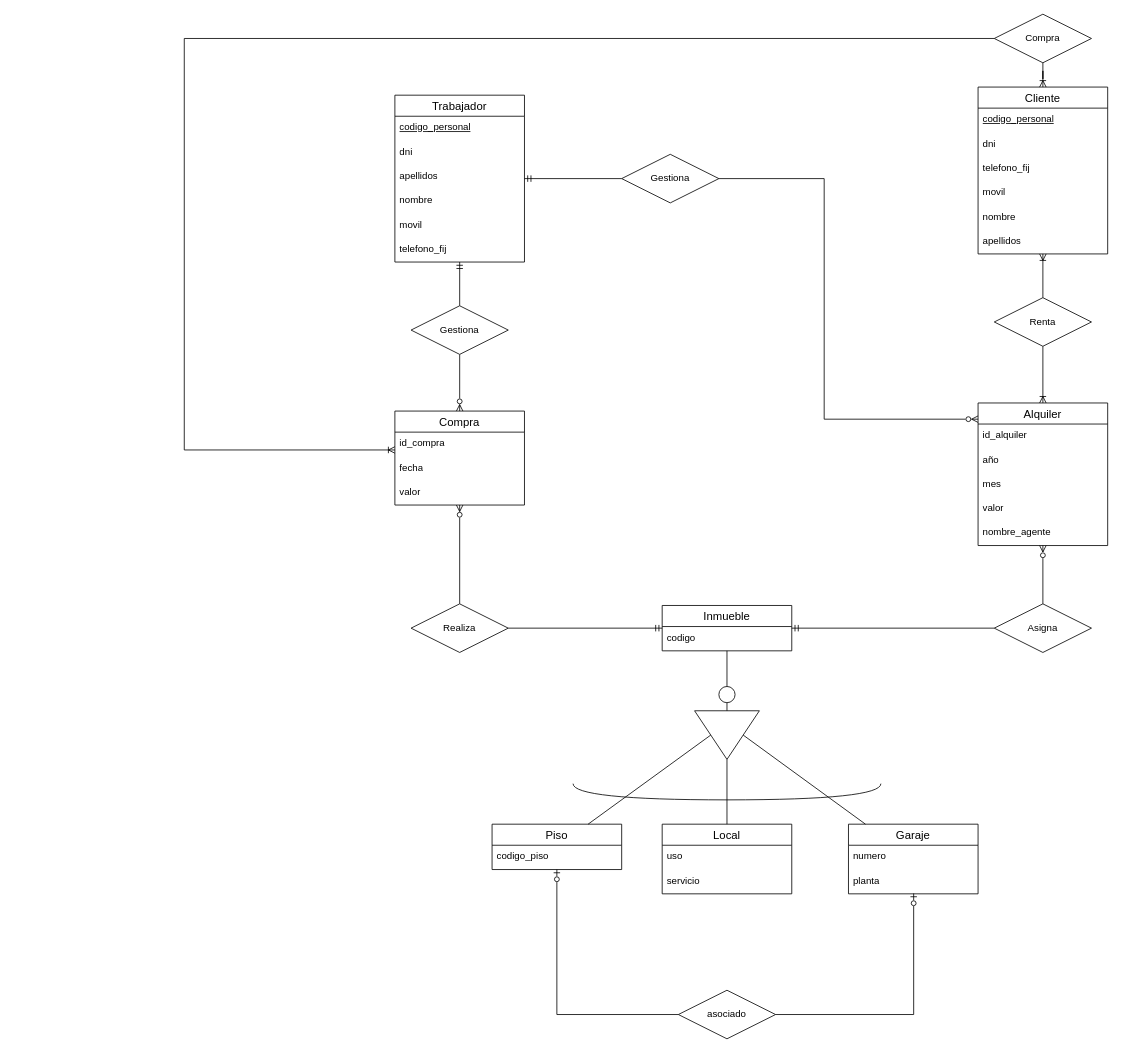
Earlier version of the draw.io diagram TA12Ej18.drawio (AlejandroCara/acr-tsys-modeloER-drawio-1110). Source tidied: cells renumbered, new cells numbered last; positions are measured from the earlier drawing's top-left corner, leaving out a move shared by most shapes. Both pictures are drawn from the tidied source at 81%, with x=0, y=0 at pixel (184, 14).
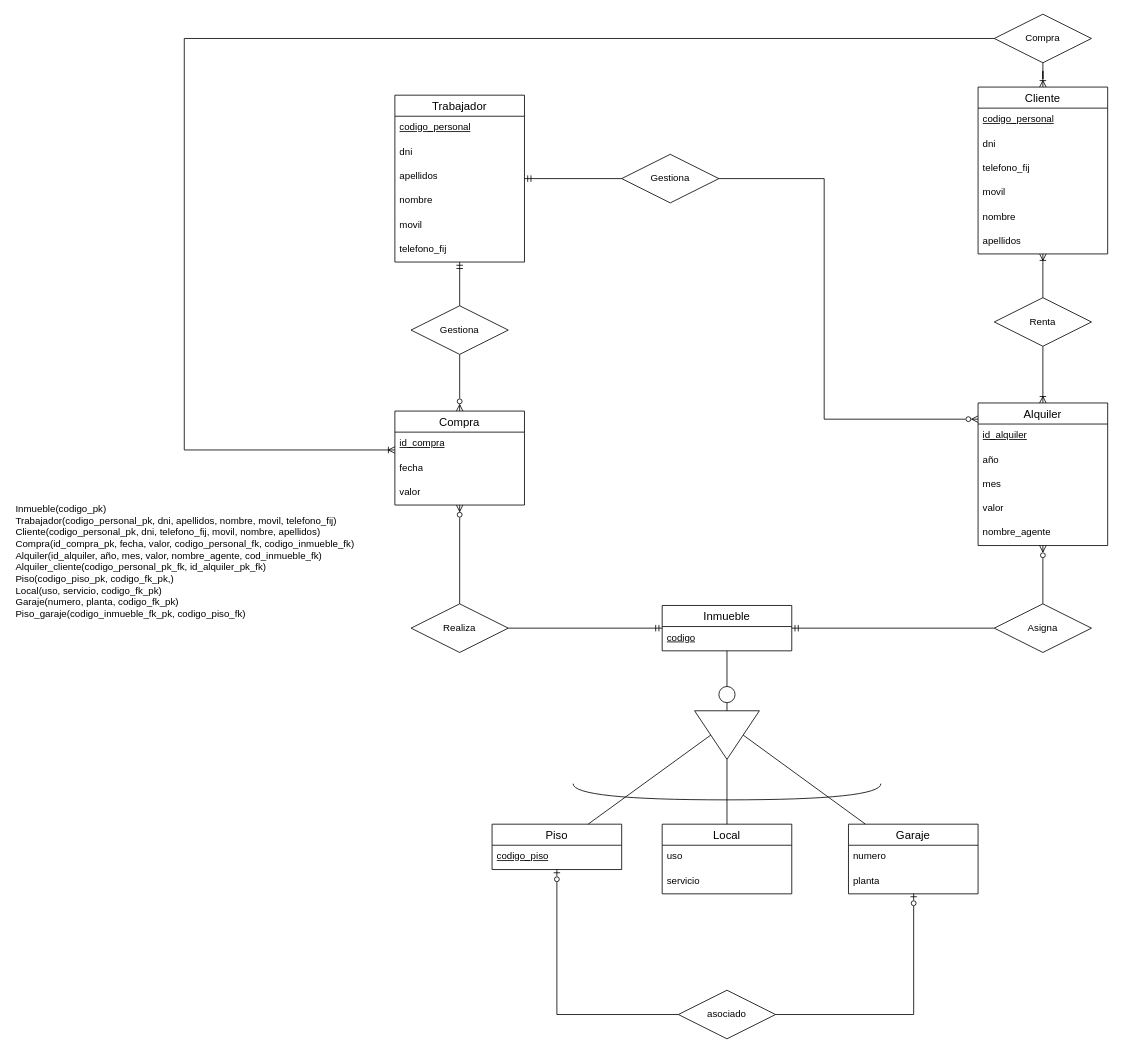
Above is the later version.

Commit message:
modelo relacional TA12Ej18.drawio

The change refers to these unchanged cells:
```xml
<mxCell id="2" value="Inmueble" style="swimlane;fontStyle=0;horizontal=1;startSize=26;align=center;fontSize=14;" parent="1" vertex="1">
  <mxGeometry x="590" y="730" width="160" height="56" as="geometry" />
</mxCell>
<mxCell id="18" value="Piso" style="swimlane;fontStyle=0;horizontal=1;startSize=26;align=center;fontSize=14;" parent="1" vertex="1">
  <mxGeometry x="380" y="1000" width="160" height="56" as="geometry" />
</mxCell>
<mxCell id="34" value="Alquiler" style="swimlane;fontStyle=0;horizontal=1;startSize=26;align=center;fontSize=14;" parent="1" vertex="1">
  <mxGeometry x="980" y="480" width="160" height="176" as="geometry" />
</mxCell>
<mxCell id="46" value="Compra" style="swimlane;fontStyle=0;horizontal=1;startSize=26;align=center;fontSize=14;" parent="1" vertex="1">
  <mxGeometry x="260" y="490" width="160" height="116" as="geometry" />
</mxCell>
```

Diff of the diagram source:
```diff
@@
-    <mxCell id="3" value="codigo" style="text;strokeColor=none;fillColor=none;spacingLeft=4;spacingRight=4;overflow=hidden;fontSize=12;whiteSpace=wrap;html=1;" parent="2" vertex="1">
+    <mxCell id="3" value="&lt;u&gt;codigo&lt;/u&gt;" style="text;strokeColor=none;fillColor=none;spacingLeft=4;spacingRight=4;overflow=hidden;fontSize=12;whiteSpace=wrap;html=1;" parent="2" vertex="1">
       <mxGeometry y="26" width="160" height="30" as="geometry" />
     </mxCell>
@@
-    <mxCell id="19" value="codigo_piso" style="text;strokeColor=none;fillColor=none;spacingLeft=4;spacingRight=4;overflow=hidden;fontSize=12;whiteSpace=wrap;html=1;" parent="18" vertex="1">
+    <mxCell id="19" value="&lt;u&gt;codigo_piso&lt;/u&gt;" style="text;strokeColor=none;fillColor=none;spacingLeft=4;spacingRight=4;overflow=hidden;fontSize=12;whiteSpace=wrap;html=1;" parent="18" vertex="1">
       <mxGeometry y="26" width="160" height="30" as="geometry" />
     </mxCell>
@@
-    <mxCell id="35" value="id_alquiler" style="text;strokeColor=none;fillColor=none;spacingLeft=4;spacingRight=4;overflow=hidden;fontSize=12;whiteSpace=wrap;html=1;" parent="34" vertex="1">
+    <mxCell id="35" value="&lt;u&gt;id_alquiler&lt;/u&gt;" style="text;strokeColor=none;fillColor=none;spacingLeft=4;spacingRight=4;overflow=hidden;fontSize=12;whiteSpace=wrap;html=1;" parent="34" vertex="1">
       <mxGeometry y="26" width="160" height="30" as="geometry" />
     </mxCell>
@@
-    <mxCell id="47" value="id_compra" style="text;strokeColor=none;fillColor=none;spacingLeft=4;spacingRight=4;overflow=hidden;fontSize=12;whiteSpace=wrap;html=1;" parent="46" vertex="1">
+    <mxCell id="47" value="&lt;u&gt;id_compra&lt;/u&gt;" style="text;strokeColor=none;fillColor=none;spacingLeft=4;spacingRight=4;overflow=hidden;fontSize=12;whiteSpace=wrap;html=1;" parent="46" vertex="1">
       <mxGeometry y="26" width="160" height="30" as="geometry" />
     </mxCell>
@@
+    <mxCell id="65" value="&lt;div align=&quot;left&quot;&gt;&lt;div align=&quot;left&quot;&gt;Inmueble(codigo_pk)&lt;/div&gt;&lt;/div&gt;&lt;div align=&quot;left&quot;&gt;Trabajador(codigo_personal_pk, dni, apellidos, nombre, movil, telefono_fij)&lt;/div&gt;&lt;div align=&quot;left&quot;&gt;Cliente(codigo_personal_pk, dni, telefono_fij, movil, nombre, apellidos)&lt;/div&gt;&lt;div align=&quot;left&quot;&gt;Compra(id_compra_pk, fecha, valor, codigo_personal_fk, codigo_inmueble_fk)&lt;/div&gt;&lt;div align=&quot;left&quot;&gt;Alquiler(id_alquiler, año, mes, valor, nombre_agente, cod_inmueble_fk)&lt;/div&gt;&lt;div align=&quot;left&quot;&gt;Alquiler_cliente(codigo_personal_pk_fk, id_alquiler_pk_fk)&lt;/div&gt;&lt;div align=&quot;left&quot;&gt;Piso(codigo_piso_pk, codigo_fk_pk,)&lt;/div&gt;&lt;div align=&quot;left&quot;&gt;Local(uso, servicio, codigo_fk_pk)&lt;/div&gt;&lt;div align=&quot;left&quot;&gt;Garaje(numero, planta, codigo_fk_pk)&lt;/div&gt;&lt;div align=&quot;left&quot;&gt;Piso_garaje(codigo_inmueble_fk_pk, codigo_piso_fk) &lt;br&gt;&lt;/div&gt;&lt;div align=&quot;left&quot;&gt;&lt;br&gt;&lt;/div&gt;&lt;div align=&quot;left&quot;&gt;&lt;br&gt;&lt;/div&gt;" style="text;html=1;strokeColor=none;fillColor=none;align=left;verticalAlign=middle;whiteSpace=wrap;rounded=0;" parent="1" vertex="1">
+      <mxGeometry x="-210" y="550" width="490" height="280" as="geometry" />
+    </mxCell>
```
